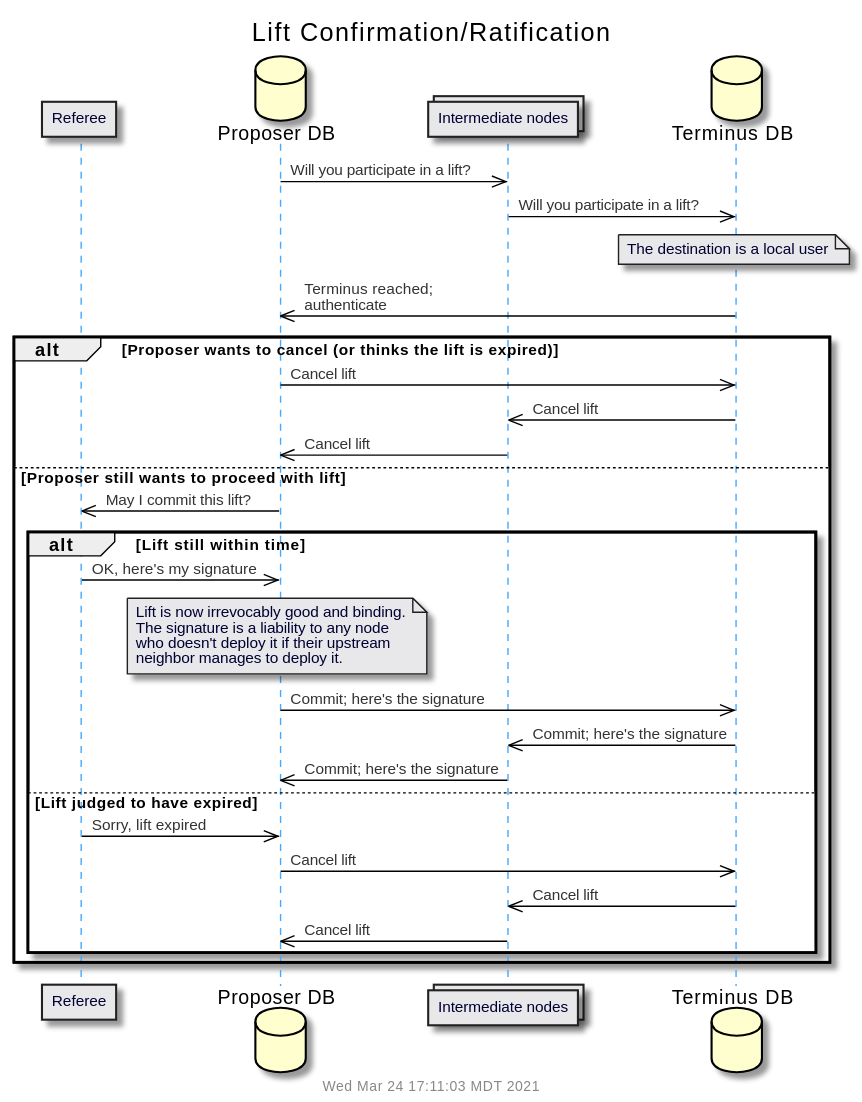
gotchoices/MyCHIPs keeps this PlantUML diagram as doc/uml/seq-lift-conf.svg. Above is the earlier version.
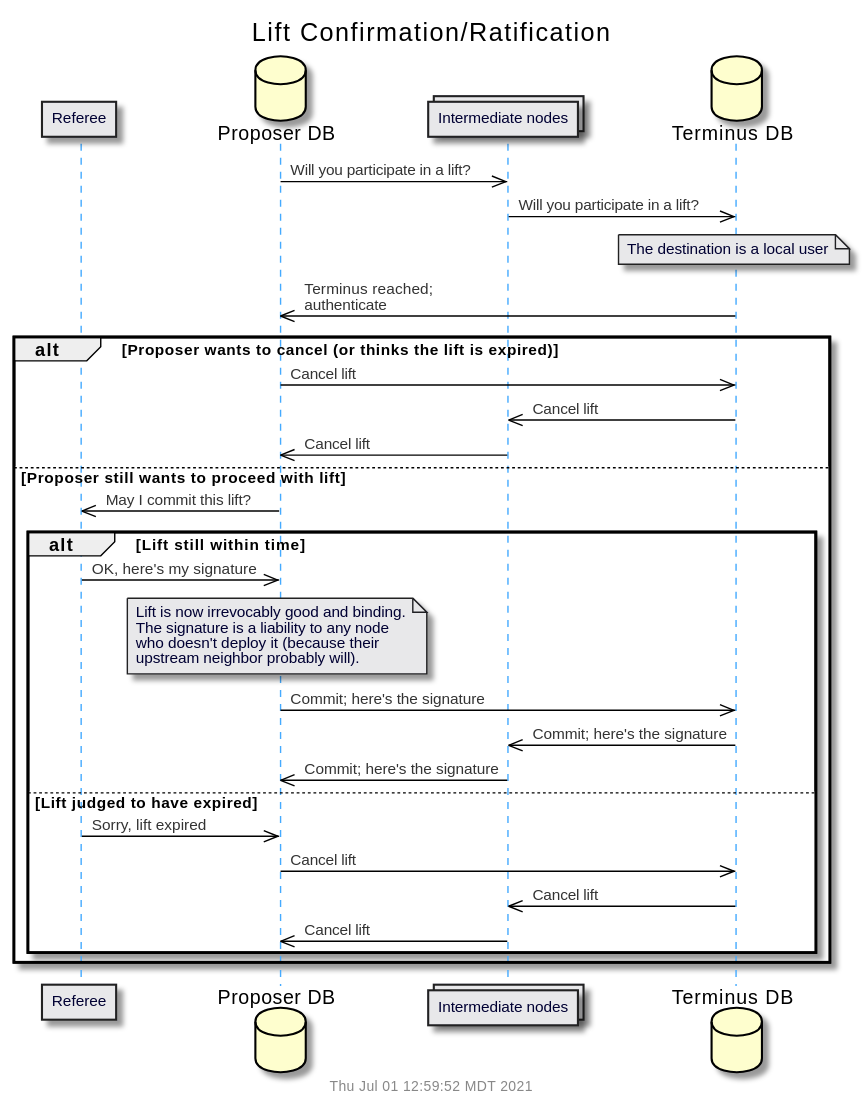
After the change.

The edit, as a diff of the source:
```diff
@@ -25,8 +25,8 @@
     note over propDB
       Lift is now irrevocably good and binding.
       The signature is a liability to any node
-      who doesn't deploy it if their upstream
-      neighbor manages to deploy it.
+      who doesn't deploy it (because their
+      upstream neighbor probably will).
     end note
 
     propDB	->>	termDB:		Commit; here's the signature
```
